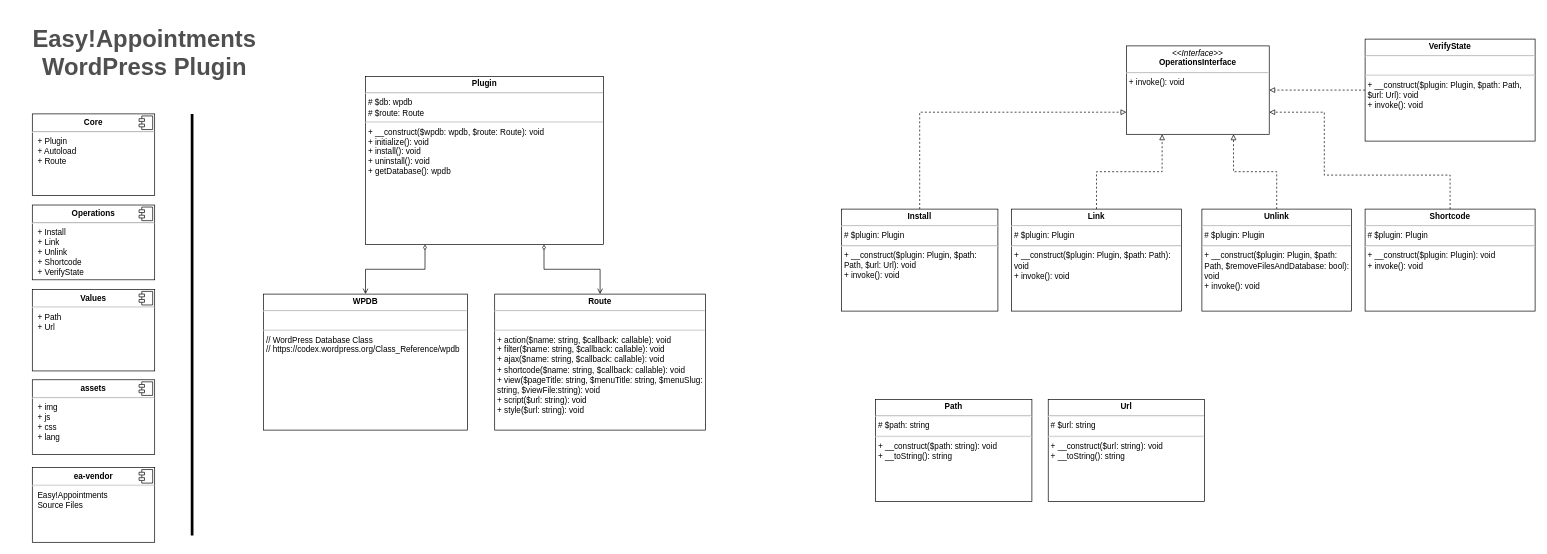
alextselegidis/easyappointments-wordpress keeps this draw.io diagram as doc/class-diagram.drawio.xml. Above is the earlier version. Source tidied: cells renumbered, new cells numbered last; positions are measured from the earlier drawing's top-left corner, leaving out a move shared by most shapes. Both pictures are drawn from the tidied source at 68%, with x=0, y=0 at pixel (12, 12).
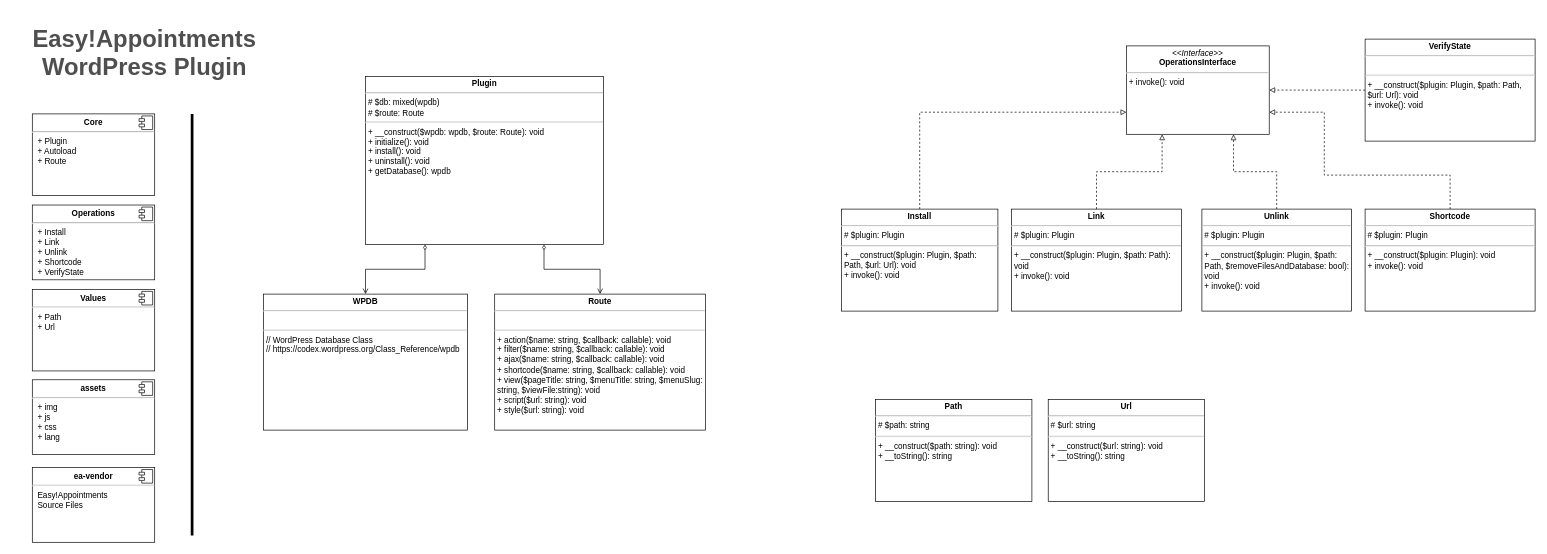
Above is the later version.

The edit, as a diff of the source:
```diff
@@
-    <mxCell id="3" value="&lt;p style=&quot;margin: 0px ; margin-top: 4px ; text-align: center&quot;&gt;&lt;b&gt;Plugin&lt;/b&gt;&lt;/p&gt;&lt;hr&gt;&lt;p style=&quot;margin: 0px ; margin-left: 4px&quot;&gt;# $db: wpdb&lt;/p&gt;&lt;p style=&quot;margin: 0px ; margin-left: 4px&quot;&gt;# $route: Route&lt;/p&gt;&lt;hr&gt;&lt;p style=&quot;margin: 0px ; margin-left: 4px&quot;&gt;+ __construct($wpdb: wpdb, $route: Route): void&lt;/p&gt;&lt;p style=&quot;margin: 0px ; margin-left: 4px&quot;&gt;+ initialize(): void&lt;/p&gt;&lt;p style=&quot;margin: 0px ; margin-left: 4px&quot;&gt;+ install(): void&lt;/p&gt;&lt;p style=&quot;margin: 0px ; margin-left: 4px&quot;&gt;+ uninstall(): void&lt;/p&gt;&lt;p style=&quot;margin: 0px ; margin-left: 4px&quot;&gt;+ getDatabase(): wpdb&lt;/p&gt;" style="verticalAlign=top;align=left;overflow=fill;fontSize=12;fontFamily=Helvetica;html=1;whiteSpace=wrap;" parent="1" vertex="1">
+    <mxCell id="3" value="&lt;p style=&quot;margin: 0px ; margin-top: 4px ; text-align: center&quot;&gt;&lt;b&gt;Plugin&lt;/b&gt;&lt;/p&gt;&lt;hr&gt;&lt;p style=&quot;margin: 0px ; margin-left: 4px&quot;&gt;# $db: mixed(wpdb)&lt;/p&gt;&lt;p style=&quot;margin: 0px ; margin-left: 4px&quot;&gt;# $route: Route&lt;/p&gt;&lt;hr&gt;&lt;p style=&quot;margin: 0px ; margin-left: 4px&quot;&gt;+ __construct($wpdb: wpdb, $route: Route): void&lt;/p&gt;&lt;p style=&quot;margin: 0px ; margin-left: 4px&quot;&gt;+ initialize(): void&lt;/p&gt;&lt;p style=&quot;margin: 0px ; margin-left: 4px&quot;&gt;+ install(): void&lt;/p&gt;&lt;p style=&quot;margin: 0px ; margin-left: 4px&quot;&gt;+ uninstall(): void&lt;/p&gt;&lt;p style=&quot;margin: 0px ; margin-left: 4px&quot;&gt;+ getDatabase(): wpdb&lt;/p&gt;" style="verticalAlign=top;align=left;overflow=fill;fontSize=12;fontFamily=Helvetica;html=1;whiteSpace=wrap;" parent="1" vertex="1">
       <mxGeometry x="520" y="95" width="350" height="247" as="geometry" />
     </mxCell>
```
